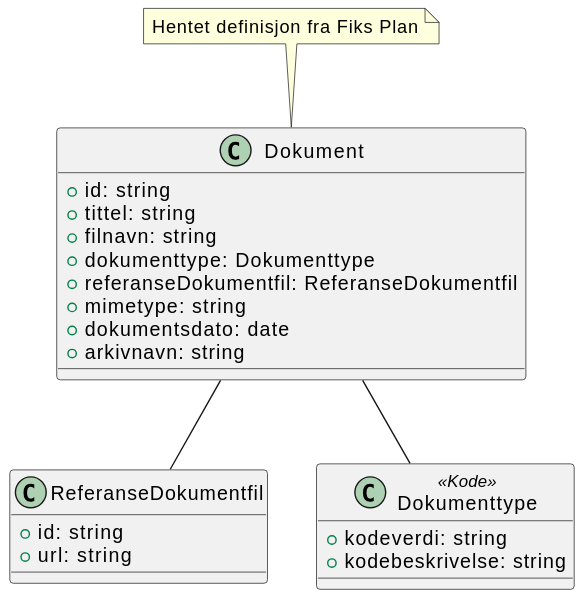
Before: Dokumentasjon/V1/ClassDiagrams/no.ks.fiks.saksfaser.v1.felles.dokument/classdiagram.svg, a diagram exported from PlantUML (ks-no/fiks-saksfaser-specification).
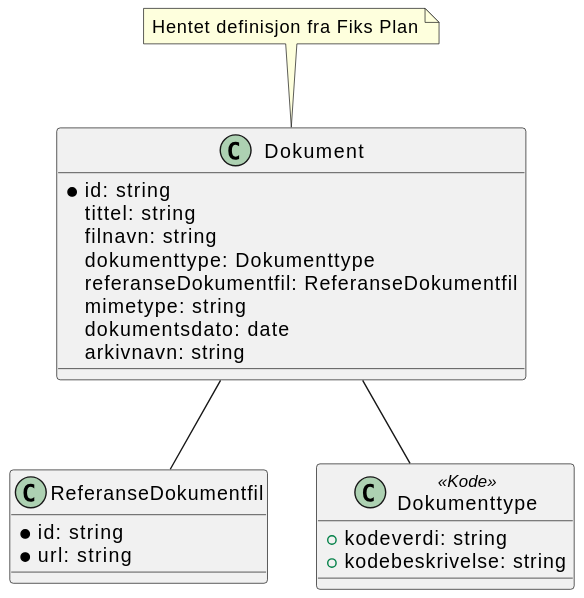
After the commit.

Diff of the diagram source:
```diff
@@ -2,14 +2,14 @@
 !include ./../no.ks.fiks.saksfaser.v1.felles.referansedokumentfil/classdiagram.pu
 
 class Dokument {
-    +id: string
-    +tittel: string
-    +filnavn: string
-    +dokumenttype: Dokumenttype
-    +referanseDokumentfil: ReferanseDokumentfil
-    +mimetype: string
-    +dokumentsdato: date
-    +arkivnavn: string
+    *id: string
+    tittel: string
+    filnavn: string
+    dokumenttype: Dokumenttype
+    referanseDokumentfil: ReferanseDokumentfil
+    mimetype: string
+    dokumentsdato: date
+    arkivnavn: string
 }
 
 note top of Dokument : Hentet definisjon fra Fiks Plan
```
